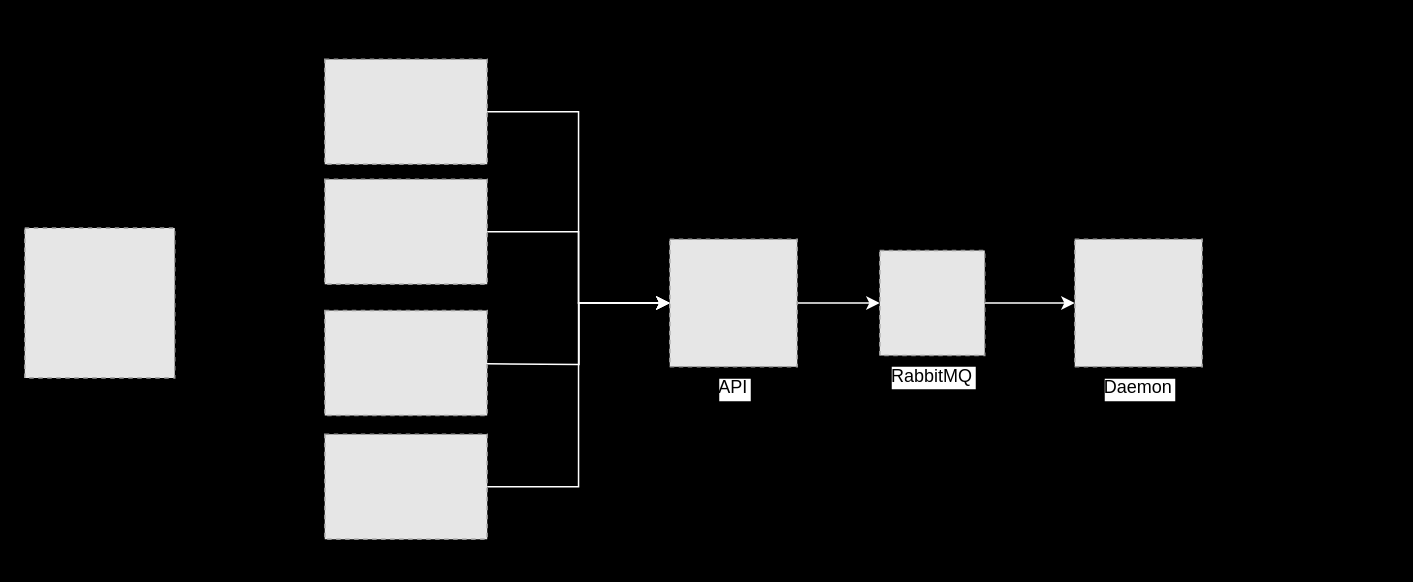
The draw.io diagram 제목 없는 다이어그램.drawio in TreeStone94/google-sheet-tools, before the edit. Source tidied: cells renumbered, new cells numbered last; positions are measured from the earlier drawing's top-left corner, leaving out a move shared by most shapes. Both pictures are drawn from the tidied source at 150%, with x=0, y=0 at pixel (24, 58). Pictures stored in the file or linked from it are replaced by grey dashed boxes.
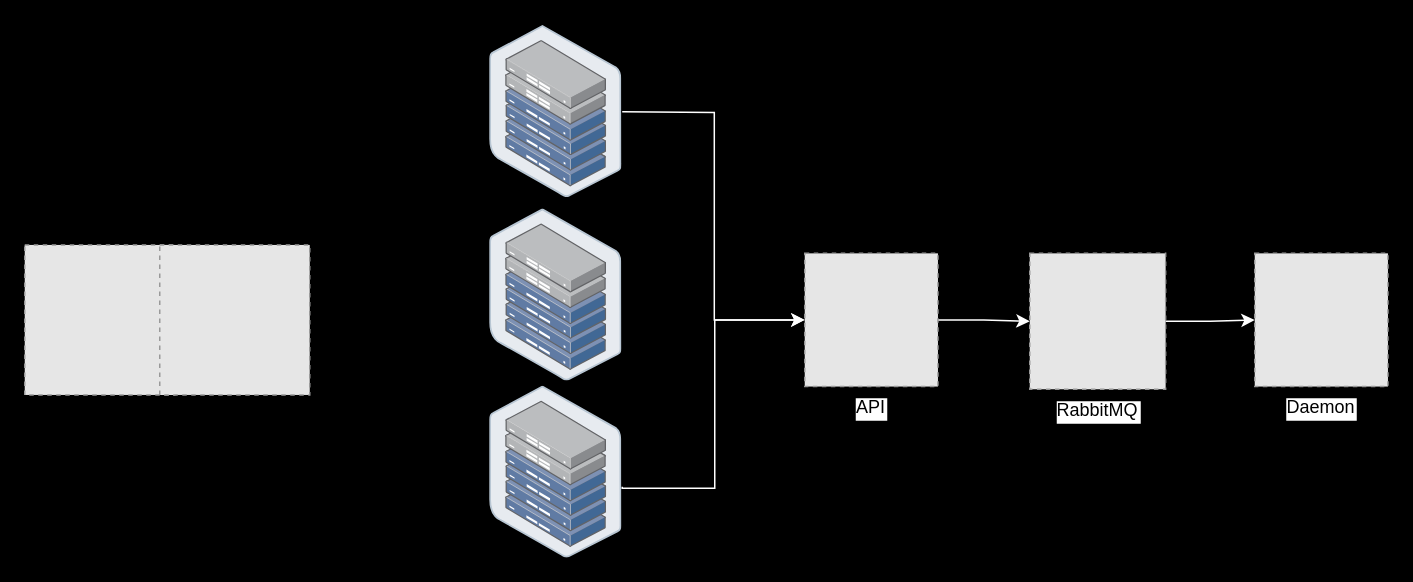
The same diagram, later.

Commit message:
제목 없는 다이어그램.drawio 업데이트

Diff of the diagram source:
```diff
@@
 <mxGraphModel background="#000000">
   <root>
     <mxCell id="0" />
     <mxCell id="1" parent="0" />
     <mxCell id="2" style="edgeStyle=orthogonalEdgeStyle;rounded=0;jettySize=auto;html=1;strokeColor=#FFFFFF;" parent="1" edge="1" source="3" target="7">
       <mxGeometry relative="1" as="geometry" />
     </mxCell>
     <mxCell id="3" value="RabbitMQ" style="fillColor=#E6E6E6;strokeColor=#999999;dashed=1;verticalLabelPosition=bottom;labelBackgroundColor=#ffffff;verticalAlign=top;" parent="1" vertex="1">
-      <mxGeometry x="570" y="127.5" width="70" height="70" as="geometry" />
+      <mxGeometry x="670" y="129.4" width="90.6" height="90.6" as="geometry" />
     </mxCell>
     <mxCell id="4" style="edgeStyle=orthogonalEdgeStyle;rounded=0;jettySize=auto;html=1;" parent="1" edge="1" source="6" target="3">
       <mxGeometry relative="1" as="geometry" />
     </mxCell>
     <mxCell id="5" style="edgeStyle=orthogonalEdgeStyle;rounded=0;jettySize=auto;html=1;strokeColor=#FFFFFF;" parent="1" edge="1" source="6" target="3">
       <mxGeometry relative="1" as="geometry" />
     </mxCell>
     <mxCell id="6" value="API" style="fillColor=#E6E6E6;strokeColor=#999999;dashed=1;verticalLabelPosition=bottom;labelBackgroundColor=default;verticalAlign=top;" parent="1" vertex="1">
-      <mxGeometry x="430" y="120" width="85" height="85" as="geometry" />
+      <mxGeometry x="520" y="129.4" width="88.8" height="88.8" as="geometry" />
     </mxCell>
     <mxCell id="7" value="Daemon" style="fillColor=#E6E6E6;strokeColor=#999999;dashed=1;verticalLabelPosition=bottom;labelBackgroundColor=default;verticalAlign=top;" parent="1" vertex="1">
-      <mxGeometry x="700" y="120" width="85" height="85" as="geometry" />
+      <mxGeometry x="820" y="129.4" width="88.8" height="88.8" as="geometry" />
     </mxCell>
-    <mxCell id="8" style="edgeStyle=orthogonalEdgeStyle;rounded=0;jettySize=auto;html=1;entryX=0;entryY=0.5;entryDx=0;entryDy=0;strokeColor=#FFFFFF;" parent="1" edge="1" source="9" target="6">
-      <mxGeometry relative="1" as="geometry" />
+    <mxCell id="8" style="edgeStyle=orthogonalEdgeStyle;rounded=0;jettySize=auto;html=1;entryX=0;entryY=0.5;entryDx=0;entryDy=0;strokeColor=#FFFFFF;" parent="1" edge="1" target="6">
+      <mxGeometry relative="1" as="geometry">
+        <mxPoint x="398.3" y="35" as="sourcePoint" />
+      </mxGeometry>
     </mxCell>
-    <mxCell id="9" style="fillColor=#E6E6E6;strokeColor=#999999;dashed=1;verticalLabelPosition=bottom;labelBackgroundColor=#ffffff;verticalAlign=top;" parent="1" vertex="1">
-      <mxGeometry x="200" width="108.3" height="70" as="geometry" />
-    </mxCell>
-    <mxCell id="10" style="edgeStyle=orthogonalEdgeStyle;rounded=0;jettySize=auto;html=1;strokeColor=#FFFFFF;" parent="1" edge="1" source="11" target="6">
-      <mxGeometry relative="1" as="geometry" />
-    </mxCell>
-    <mxCell id="11" style="fillColor=#E6E6E6;strokeColor=#999999;dashed=1;verticalLabelPosition=bottom;labelBackgroundColor=#ffffff;verticalAlign=top;" parent="1" vertex="1">
-      <mxGeometry x="200" y="80" width="108.3" height="70" as="geometry" />
-    </mxCell>
-    <mxCell id="12" style="edgeStyle=orthogonalEdgeStyle;rounded=0;jettySize=auto;html=1;strokeColor=#FFFFFF;" parent="1" edge="1" target="6">
-      <mxGeometry relative="1" as="geometry">
-        <mxPoint x="308" y="203" as="sourcePoint" />
-      </mxGeometry>
-    </mxCell>
-    <mxCell id="13" style="fillColor=#E6E6E6;strokeColor=#999999;dashed=1;verticalLabelPosition=bottom;labelBackgroundColor=#ffffff;verticalAlign=top;" parent="1" vertex="1">
-      <mxGeometry x="200" y="167.5" width="108.3" height="70" as="geometry" />
-    </mxCell>
-    <mxCell id="14" style="edgeStyle=orthogonalEdgeStyle;rounded=0;jettySize=auto;html=1;entryX=0;entryY=0.5;entryDx=0;entryDy=0;strokeColor=#FFFFFF;" parent="1" edge="1" source="15" target="6">
-      <mxGeometry relative="1" as="geometry" />
+    <mxCell id="14" style="edgeStyle=orthogonalEdgeStyle;rounded=0;jettySize=auto;html=1;entryX=0;entryY=0.5;entryDx=0;entryDy=0;strokeColor=#FFFFFF;" parent="1" edge="1" target="6">
+      <mxGeometry relative="1" as="geometry">
+        <mxPoint x="398.3" y="285" as="sourcePoint" />
+        <Array as="points">
+          <mxPoint x="398" y="286" />
+          <mxPoint x="460" y="286" />
+          <mxPoint x="460" y="174" />
+        </Array>
+      </mxGeometry>
     </mxCell>
-    <mxCell id="15" style="fillColor=#E6E6E6;strokeColor=#999999;dashed=1;verticalLabelPosition=bottom;labelBackgroundColor=#ffffff;verticalAlign=top;" parent="1" vertex="1">
-      <mxGeometry x="200" y="250" width="108.3" height="70" as="geometry" />
-    </mxCell>
     <mxCell id="16" style="fillColor=#E6E6E6;strokeColor=#999999;dashed=1;verticalLabelPosition=bottom;labelBackgroundColor=default;verticalAlign=top;" parent="1" vertex="1">
-      <mxGeometry y="112.5" width="100" height="100" as="geometry" />
+      <mxGeometry y="123.8" width="100" height="100" as="geometry" />
     </mxCell>
+    <mxCell id="17" style="fillColor=#E6E6E6;strokeColor=#999999;dashed=1;verticalLabelPosition=bottom;labelBackgroundColor=default;verticalAlign=top;" parent="1" vertex="1">
+      <mxGeometry x="90" y="123.8" width="100" height="100" as="geometry" />
+    </mxCell>
+    <mxCell id="18" style="image;html=1;align=center;shadow=0;dashed=0;image=img/lib/allied_telesis/storage/Datacenter_Server_Half_Rack_ToR.svg;" parent="1" vertex="1">
+      <mxGeometry x="310.1" y="-22.3" width="88.2" height="114.6" as="geometry" />
+    </mxCell>
+    <mxCell id="19" style="image;html=1;align=center;shadow=0;dashed=0;image=img/lib/allied_telesis/storage/Datacenter_Server_Half_Rack_ToR.svg;" parent="1" vertex="1">
+      <mxGeometry x="310.1" y="100" width="88.2" height="114.6" as="geometry" />
+    </mxCell>
+    <mxCell id="20" style="image;html=1;align=center;shadow=0;dashed=0;image=img/lib/allied_telesis/storage/Datacenter_Server_Half_Rack_ToR.svg;" parent="1" vertex="1">
+      <mxGeometry x="310.1" y="218.1" width="88.2" height="114.6" as="geometry" />
+    </mxCell>
   </root>
 </mxGraphModel>
```
